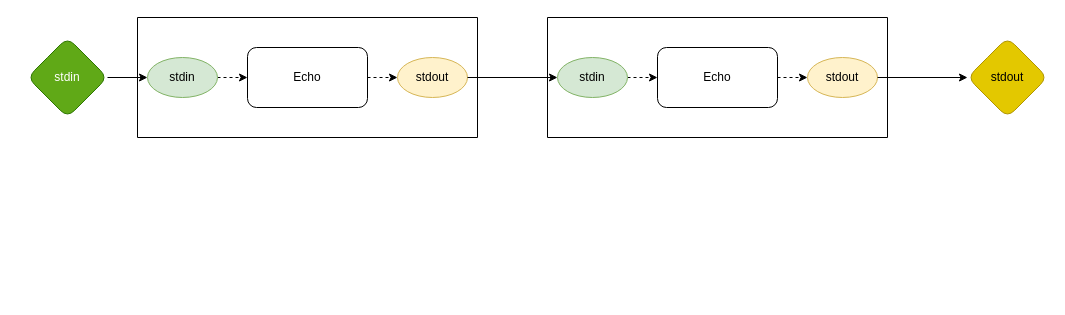
z64/odin0d keeps this draw.io diagram as example.drawio. Above is the earlier version. Source tidied: cells renumbered, new cells numbered last; positions are measured from the earlier drawing's top-left corner, leaving out a move shared by most shapes. Both pictures are drawn from the tidied source at 100%, with x=0, y=0 at pixel (27, 17).
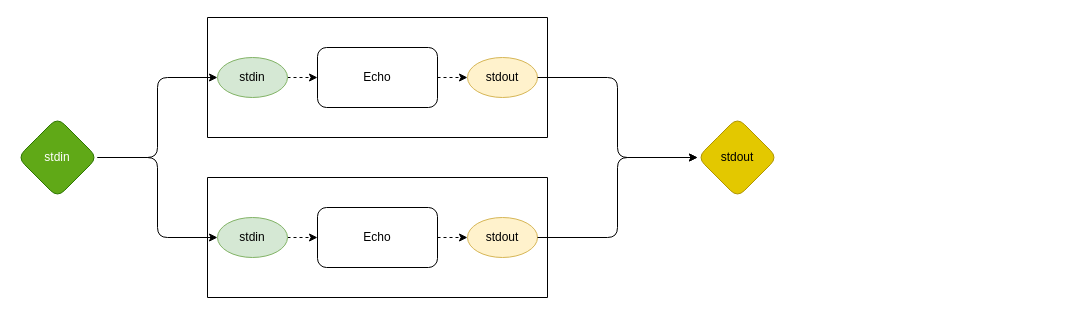
After the change.

Diff of the diagram source:
```diff
@@
 <mxGraphModel>
   <root>
     <mxCell id="0" />
     <mxCell id="1" parent="0" />
-    <mxCell id="2" style="edgeStyle=orthogonalEdgeStyle;rounded=0;jettySize=auto;html=1;exitX=1;exitY=0.5;exitDx=0;exitDy=0;" parent="1" edge="1" source="3" target="8">
+    <mxCell id="2" style="edgeStyle=orthogonalEdgeStyle;rounded=1;jettySize=auto;html=1;exitX=1;exitY=0.5;exitDx=0;exitDy=0;entryX=0;entryY=0.5;entryDx=0;entryDy=0;" parent="1" edge="1" source="3" target="8">
       <mxGeometry relative="1" as="geometry" />
     </mxCell>
+    <mxCell id="19" style="edgeStyle=orthogonalEdgeStyle;rounded=1;jettySize=auto;html=1;exitX=1;exitY=0.5;exitDx=0;exitDy=0;entryX=0;entryY=0.5;entryDx=0;entryDy=0;" parent="1" edge="1" source="3" target="14">
+      <mxGeometry relative="1" as="geometry" />
+    </mxCell>
     <mxCell id="3" value="stdin" style="rhombus;whiteSpace=wrap;html=1;rounded=1;fillColor=#60a917;strokeColor=#2D7600;fontColor=#ffffff;" parent="1" vertex="1">
-      <mxGeometry y="20" width="80" height="80" as="geometry" />
+      <mxGeometry x="-10" y="100" width="80" height="80" as="geometry" />
     </mxCell>
     <mxCell id="4" value="stdout" style="rhombus;whiteSpace=wrap;html=1;rounded=1;fillColor=#e3c800;strokeColor=#B09500;fontColor=#000000;" parent="1" vertex="1">
-      <mxGeometry x="940" y="20" width="80" height="80" as="geometry" />
+      <mxGeometry x="670" y="100" width="80" height="80" as="geometry" />
     </mxCell>
     <mxCell id="5" style="swimlane;startSize=0;rounded=1;" parent="1" vertex="1">
-      <mxGeometry x="110" width="340" height="120" as="geometry" />
+      <mxGeometry x="180" width="340" height="120" as="geometry" />
     </mxCell>
     <mxCell id="6" value="Echo" style="rounded=1;whiteSpace=wrap;html=1;" parent="5" vertex="1">
       <mxGeometry x="110" y="30" width="120" height="60" as="geometry" />
     </mxCell>
     <mxCell id="7" style="edgeStyle=orthogonalEdgeStyle;rounded=0;jettySize=auto;html=1;exitX=1;exitY=0.5;exitDx=0;exitDy=0;entryX=0;entryY=0.5;entryDx=0;entryDy=0;dashed=1;" parent="5" edge="1" source="8" target="6">
       <mxGeometry relative="1" as="geometry" />
     </mxCell>
     <mxCell id="8" value="stdin" style="ellipse;whiteSpace=wrap;html=1;rounded=1;fillColor=#d5e8d4;strokeColor=#82b366;" parent="5" vertex="1">
       <mxGeometry x="10" y="40" width="70" height="40" as="geometry" />
     </mxCell>
     <mxCell id="9" value="stdout" style="ellipse;whiteSpace=wrap;html=1;rounded=1;fillColor=#fff2cc;strokeColor=#d6b656;" parent="5" vertex="1">
       <mxGeometry x="260" y="40" width="70" height="40" as="geometry" />
     </mxCell>
     <mxCell id="10" style="edgeStyle=orthogonalEdgeStyle;rounded=0;jettySize=auto;html=1;exitX=1;exitY=0.5;exitDx=0;exitDy=0;entryX=0;entryY=0.5;entryDx=0;entryDy=0;dashed=1;" parent="5" edge="1" source="6" target="9">
       <mxGeometry relative="1" as="geometry" />
     </mxCell>
     <mxCell id="11" style="swimlane;startSize=0;rounded=1;" parent="1" vertex="1">
-      <mxGeometry x="520" width="340" height="120" as="geometry" />
+      <mxGeometry x="180" y="160" width="340" height="120" as="geometry" />
     </mxCell>
     <mxCell id="12" value="Echo" style="rounded=1;whiteSpace=wrap;html=1;" parent="11" vertex="1">
       <mxGeometry x="110" y="30" width="120" height="60" as="geometry" />
     </mxCell>
     <mxCell id="13" style="edgeStyle=orthogonalEdgeStyle;rounded=0;jettySize=auto;html=1;exitX=1;exitY=0.5;exitDx=0;exitDy=0;entryX=0;entryY=0.5;entryDx=0;entryDy=0;dashed=1;" parent="11" edge="1" source="14" target="12">
       <mxGeometry relative="1" as="geometry" />
     </mxCell>
     <mxCell id="14" value="stdin" style="ellipse;whiteSpace=wrap;html=1;rounded=1;fillColor=#d5e8d4;strokeColor=#82b366;" parent="11" vertex="1">
       <mxGeometry x="10" y="40" width="70" height="40" as="geometry" />
     </mxCell>
     <mxCell id="15" value="stdout" style="ellipse;whiteSpace=wrap;html=1;rounded=1;fillColor=#fff2cc;strokeColor=#d6b656;" parent="11" vertex="1">
       <mxGeometry x="260" y="40" width="70" height="40" as="geometry" />
     </mxCell>
     <mxCell id="16" style="edgeStyle=orthogonalEdgeStyle;rounded=0;jettySize=auto;html=1;exitX=1;exitY=0.5;exitDx=0;exitDy=0;entryX=0;entryY=0.5;entryDx=0;entryDy=0;dashed=1;" parent="11" edge="1" source="12" target="15">
       <mxGeometry relative="1" as="geometry" />
     </mxCell>
-    <mxCell id="17" style="edgeStyle=orthogonalEdgeStyle;rounded=0;jettySize=auto;html=1;exitX=1;exitY=0.5;exitDx=0;exitDy=0;entryX=0;entryY=0.5;entryDx=0;entryDy=0;" parent="1" edge="1" source="15" target="4">
+    <mxCell id="17" style="edgeStyle=orthogonalEdgeStyle;rounded=1;jettySize=auto;html=1;exitX=1;exitY=0.5;exitDx=0;exitDy=0;entryX=0;entryY=0.5;entryDx=0;entryDy=0;" parent="1" edge="1" source="15" target="4">
       <mxGeometry relative="1" as="geometry" />
     </mxCell>
-    <mxCell id="18" style="edgeStyle=orthogonalEdgeStyle;rounded=0;jettySize=auto;html=1;exitX=1;exitY=0.5;exitDx=0;exitDy=0;entryX=0;entryY=0.5;entryDx=0;entryDy=0;" parent="1" edge="1" source="9" target="14">
-      <mxGeometry relative="1" as="geometry" />
-    </mxCell>
+    <mxCell id="20" style="edgeStyle=orthogonalEdgeStyle;rounded=1;jettySize=auto;html=1;exitX=1;exitY=0.5;exitDx=0;exitDy=0;entryX=0;entryY=0.5;entryDx=0;entryDy=0;" parent="1" edge="1" source="9" target="4">
+      <mxGeometry relative="1" as="geometry" />
+    </mxCell>
   </root>
 </mxGraphModel>
```
